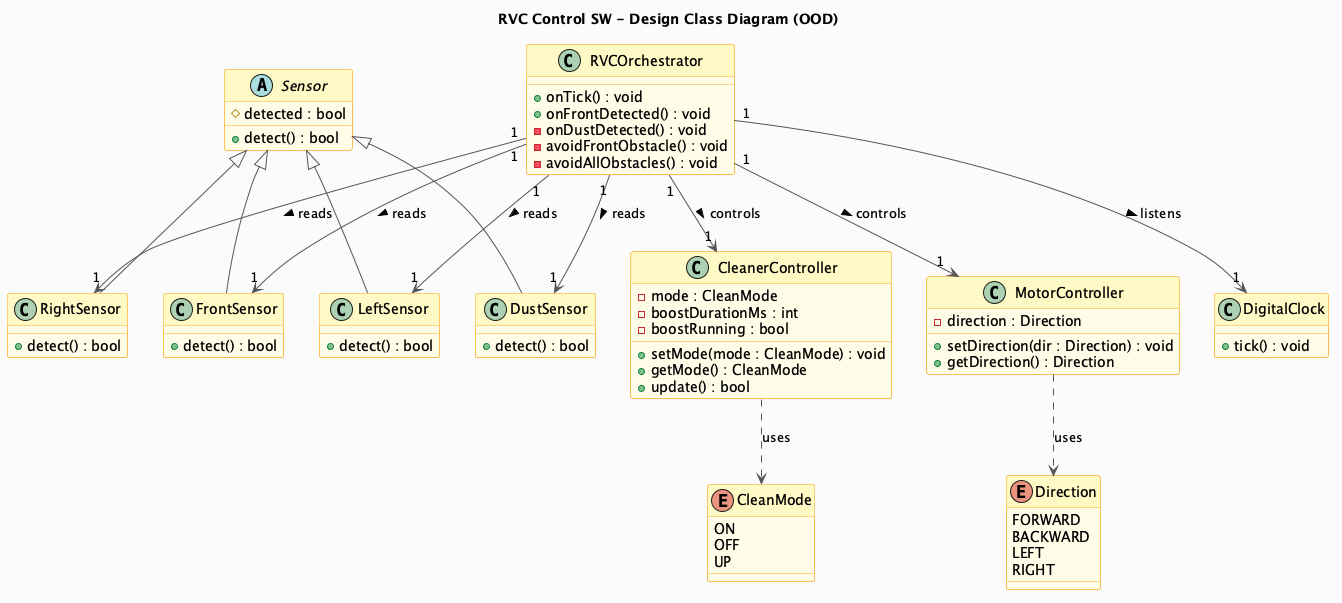
Earlier version of the PlantUML export docs/vibe-coding/03-ood/images/ClassDiagram_OOD.png (OOP-konkuk/CICD-Team7).
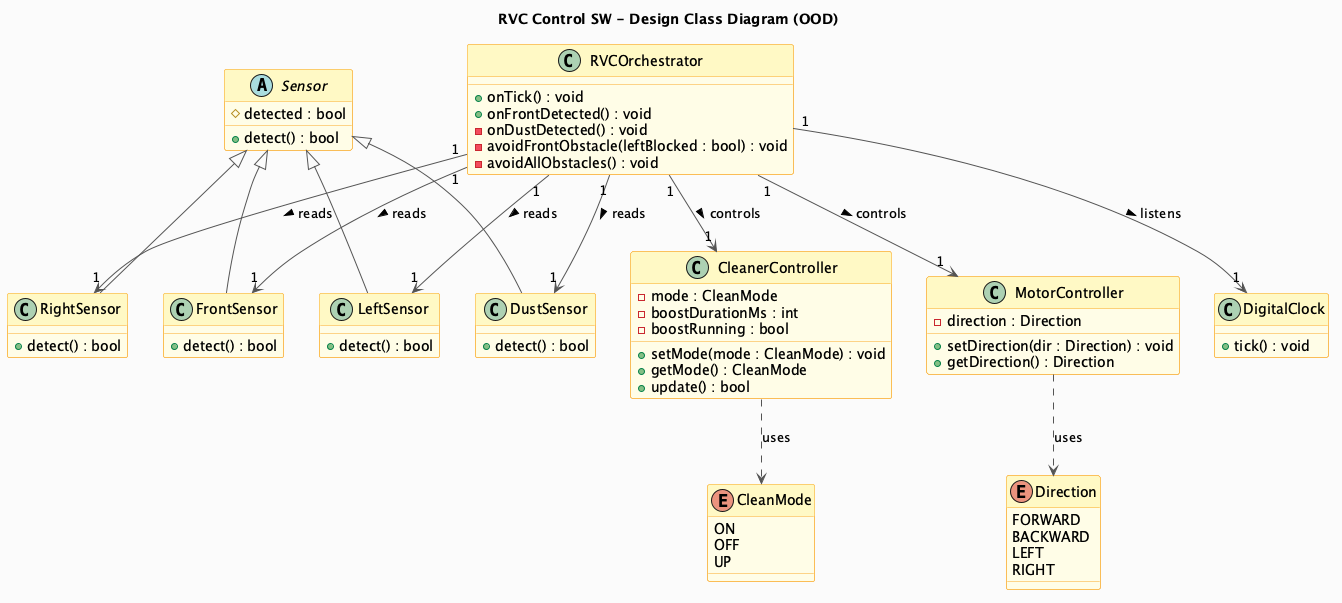
After the change.

Diff of the diagram source:
```diff
@@ -64,7 +64,7 @@
   + onTick() : void
   + onFrontDetected() : void
   - onDustDetected() : void
-  - avoidFrontObstacle() : void
+  - avoidFrontObstacle(leftBlocked : bool) : void
   - avoidAllObstacles() : void
 }
 
```
